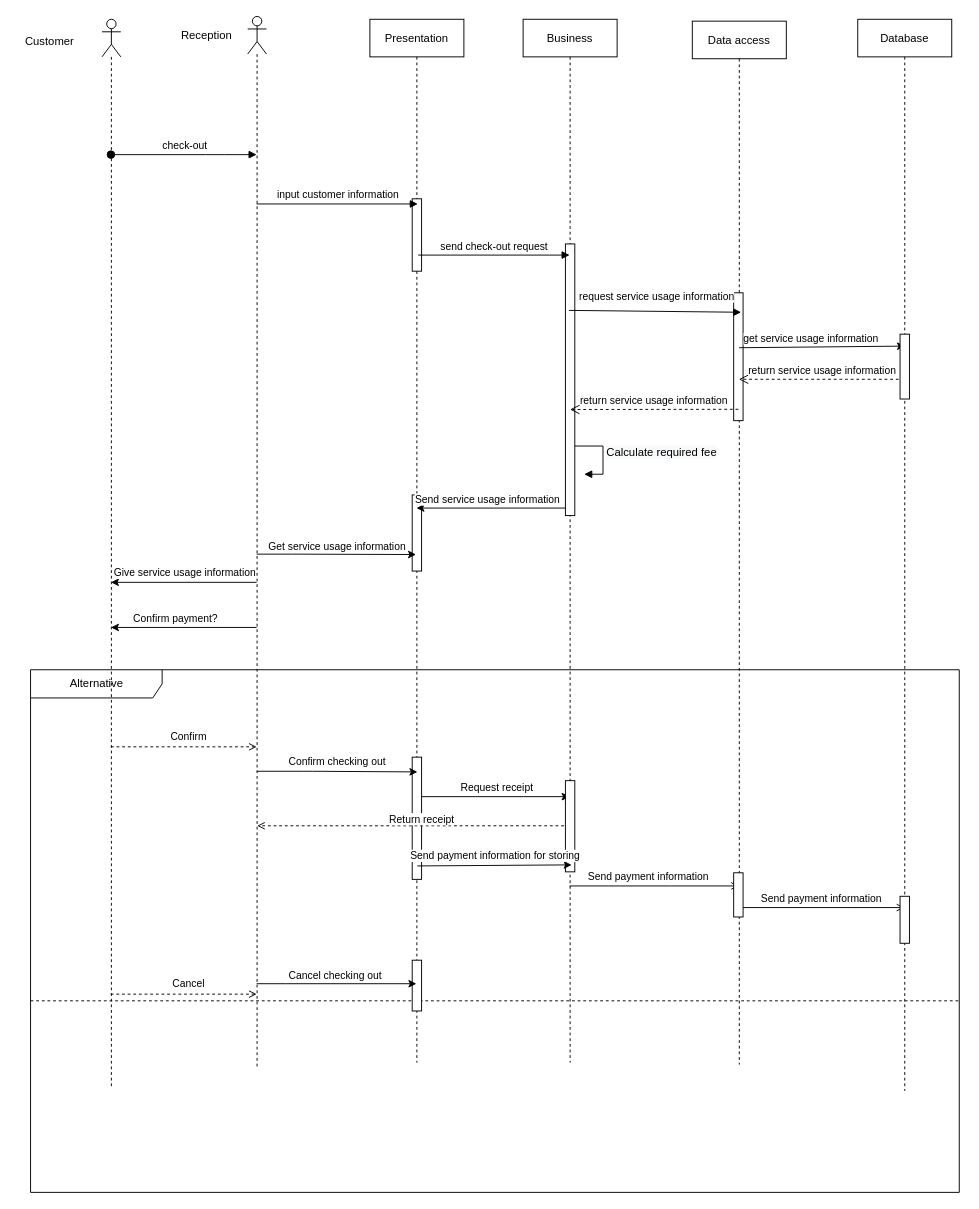
Before: page "Check out" (1 of 4) of Diagram/Sequence Diagram.drawio in jonathanha52/SE104.L23.PMCL, a draw.io diagram. Source tidied: cells renumbered, new cells numbered last; positions are measured from the earlier drawing's top-left corner, leaving out a move shared by most shapes. Both pictures are drawn from the tidied source at 94%, with x=0, y=0 at pixel (16, 16).
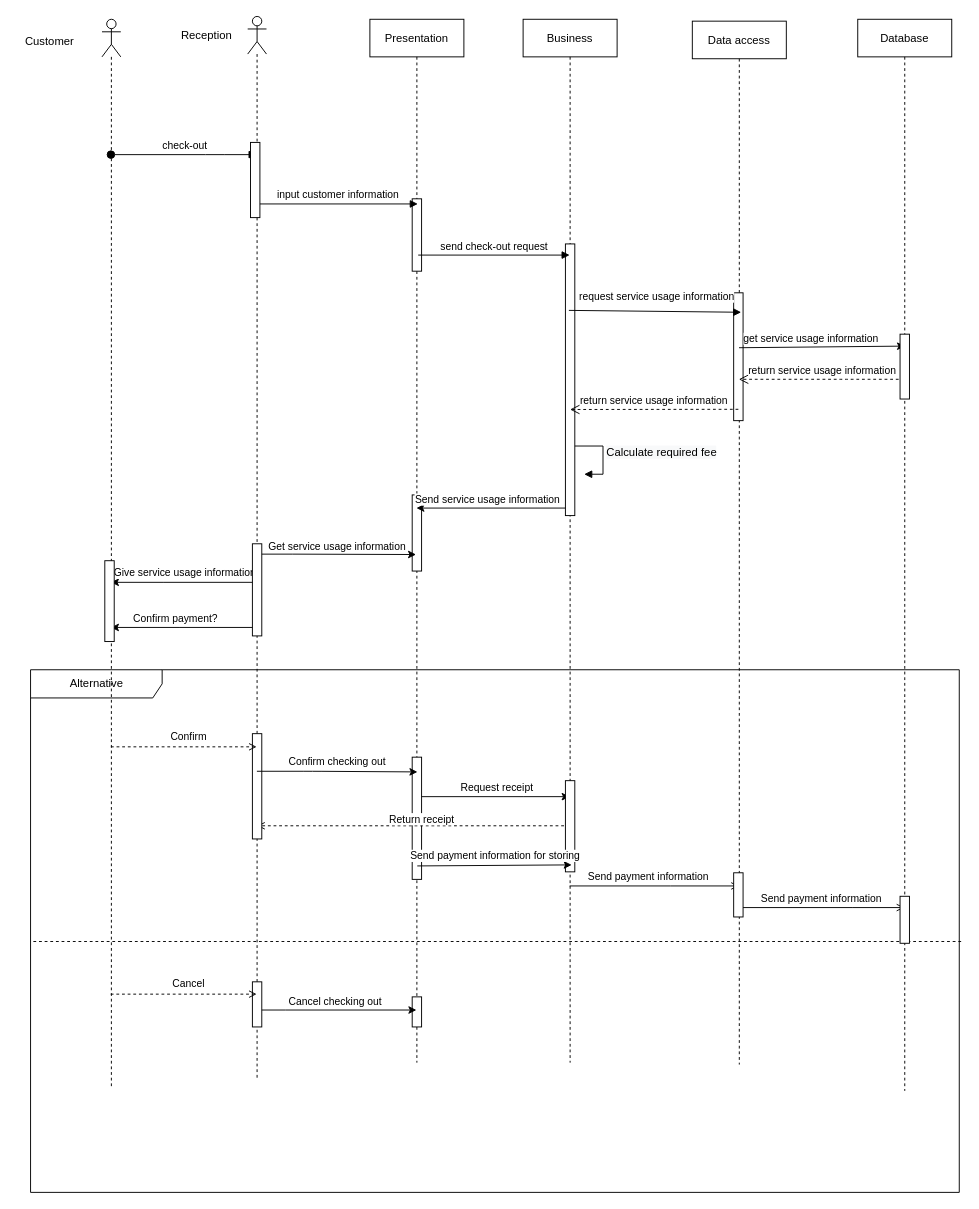
The same page after the edit.

Commit message:
Minor change to checkout sequence

Unchanged cells that the change refers to:
```xml
<mxCell id="2" value="Alternative" style="shape=umlFrame;tabWidth=110;tabHeight=30;tabPosition=left;html=1;boundedLbl=1;labelInHeader=1;width=140;height=30;" parent="1" vertex="1">
  <mxGeometry x="15" y="695" width="988" height="556" as="geometry" />
</mxCell>
<mxCell id="6" value="Presentation" style="shape=umlLifeline;perimeter=lifelinePerimeter;rounded=0;shadow=0;strokeWidth=1;" parent="1" vertex="1">
  <mxGeometry x="376" y="3" width="100" height="1110" as="geometry" />
</mxCell>
<mxCell id="45" style="shape=umlLifeline;participant=umlActor;perimeter=lifelinePerimeter;whiteSpace=wrap;html=1;verticalAlign=top;spacingTop=36;outlineConnect=0;fillColor=none;" parent="1" vertex="1">
  <mxGeometry x="91" y="3" width="20" height="1136" as="geometry" />
</mxCell>
```

Diff of the diagram source:
```diff
@@
     <mxCell id="3" style="line;strokeWidth=1;dashed=1;labelPosition=center;verticalLabelPosition=bottom;align=left;verticalAlign=top;spacingLeft=20;spacingTop=15;" parent="2" vertex="1">
-      <mxGeometry y="341.1" width="988" height="22.2" as="geometry" />
+      <mxGeometry x="3" y="278" width="988" height="22.2" as="geometry" />
     </mxCell>
@@
     <mxCell id="10" style="html=1;perimeter=orthogonalPerimeter;" parent="6" vertex="1">
-      <mxGeometry x="45" y="1001" width="10" height="54" as="geometry" />
+      <mxGeometry x="45" y="1040" width="10" height="32" as="geometry" />
     </mxCell>
@@
-    <mxCell id="41" style="edgeStyle=orthogonalEdgeStyle;rounded=0;jettySize=auto;html=1;endArrow=classic;endFill=1;" parent="1" edge="1" source="43" target="6">
+    <mxCell id="41" style="edgeStyle=orthogonalEdgeStyle;rounded=0;orthogonalLoop=1;jettySize=auto;html=1;endArrow=classic;endFill=1;" parent="1" edge="1">
       <mxGeometry relative="1" as="geometry">
+        <mxPoint x="255.5" y="1057" as="sourcePoint" />
+        <mxPoint x="425.5" y="1057" as="targetPoint" />
         <Array as="points">
-          <mxPoint x="286" y="1029" />
-          <mxPoint x="286" y="1029" />
+          <mxPoint x="286" y="1057" />
+          <mxPoint x="286" y="1057" />
         </Array>
       </mxGeometry>
     </mxCell>
@@
     <mxCell id="43" style="shape=umlLifeline;participant=umlActor;perimeter=lifelinePerimeter;whiteSpace=wrap;html=1;verticalAlign=top;spacingTop=36;outlineConnect=0;fillColor=none;" parent="1" vertex="1">
-      <mxGeometry x="246" width="20" height="1117" as="geometry" />
+      <mxGeometry x="246" width="20" height="1130" as="geometry" />
     </mxCell>
+    <mxCell id="58" style="html=1;perimeter=orthogonalPerimeter;" parent="43" vertex="1">
+      <mxGeometry x="5" y="1027" width="10" height="48" as="geometry" />
+    </mxCell>
+    <mxCell id="59" style="html=1;perimeter=orthogonalPerimeter;" parent="43" vertex="1">
+      <mxGeometry x="5" y="763" width="10" height="112" as="geometry" />
+    </mxCell>
+    <mxCell id="60" style="html=1;perimeter=orthogonalPerimeter;" parent="43" vertex="1">
+      <mxGeometry x="5" y="561" width="10" height="98" as="geometry" />
+    </mxCell>
+    <mxCell id="61" style="html=1;perimeter=orthogonalPerimeter;" parent="43" vertex="1">
+      <mxGeometry x="3" y="134" width="10" height="80" as="geometry" />
+    </mxCell>
@@
+    <mxCell id="62" style="html=1;perimeter=orthogonalPerimeter;" parent="45" vertex="1">
+      <mxGeometry x="3" y="576" width="10" height="86" as="geometry" />
+    </mxCell>
```
